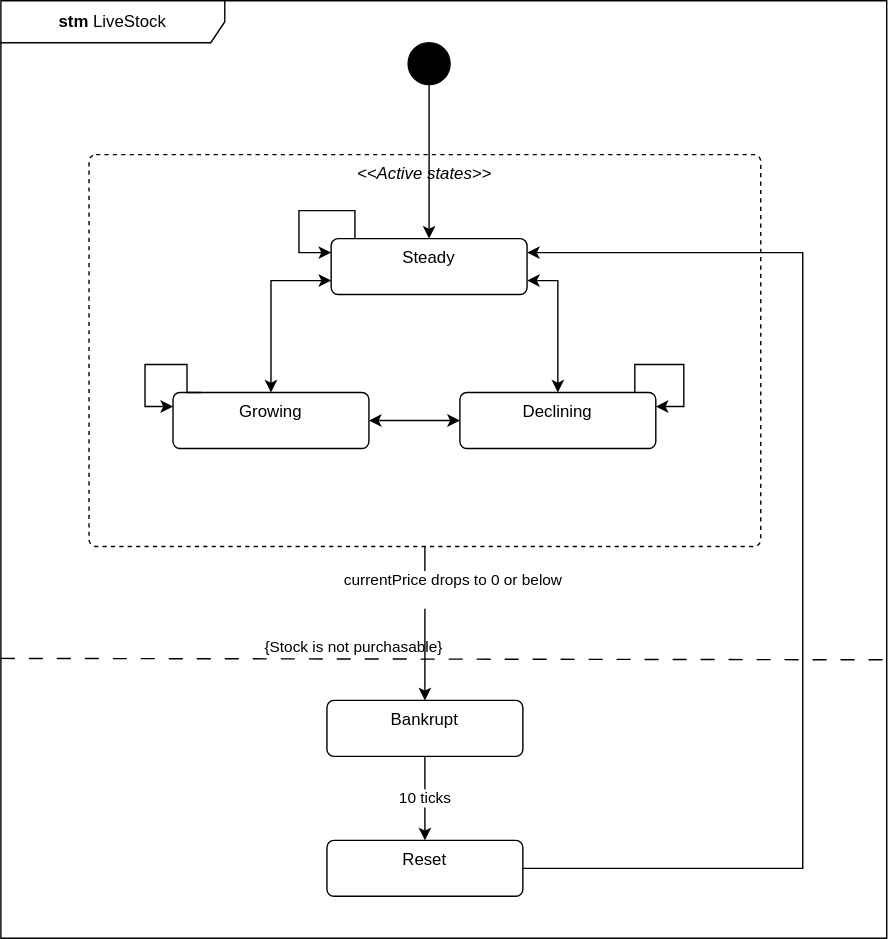
Above: documentation/assignment4/stm_LiveStock.drawio.svg in Xorgh/SDT1-ShortBig (draw.io), before the change. Source tidied: cells renumbered, new cells last; positions are measured from the earlier drawing's top-left corner, leaving out a move shared by most shapes. Source of this version:
```xml
<mxGraphModel>
  <root>
    <mxCell id="0" />
    <mxCell id="1" parent="0" />
    <mxCell id="2" value="&lt;b&gt;stm&lt;/b&gt;&amp;nbsp;LiveStock" style="shape=umlFrame;whiteSpace=wrap;html=1;width=160;labelBackgroundColor=none;" parent="1" vertex="1">
      <mxGeometry width="633" height="670" as="geometry" />
    </mxCell>
    <mxCell id="3" value="&lt;i&gt;&amp;lt;&amp;lt;Active states&amp;gt;&amp;gt;&lt;/i&gt;" style="html=1;align=center;verticalAlign=top;rounded=1;absoluteArcSize=1;arcSize=10;dashed=1;whiteSpace=wrap;" parent="2" vertex="1">
      <mxGeometry x="63" y="110" width="480" height="280" as="geometry" />
    </mxCell>
    <mxCell id="4" value="{Stock is not purchasable}" style="endArrow=none;startArrow=none;endFill=0;startFill=0;endSize=8;html=1;verticalAlign=bottom;dashed=1;labelBackgroundColor=none;dashPattern=10 10;rounded=0;exitX=0;exitY=0.611;exitDx=0;exitDy=0;exitPerimeter=0;align=right;" parent="2" edge="1">
      <mxGeometry relative="1" as="geometry">
        <mxPoint y="470" as="sourcePoint" />
        <mxPoint x="633" y="471" as="targetPoint" />
      </mxGeometry>
    </mxCell>
    <mxCell id="5" style="whiteSpace=wrap;strokeWidth=2;labelBackgroundColor=none;" parent="2" vertex="1">
      <mxGeometry x="408" y="170" as="geometry" />
    </mxCell>
    <mxCell id="6" style="whiteSpace=wrap;strokeWidth=2;labelBackgroundColor=none;" parent="2" vertex="1">
      <mxGeometry x="468" y="170" as="geometry" />
    </mxCell>
    <mxCell id="7" style="edgeStyle=orthogonalEdgeStyle;rounded=0;jettySize=auto;html=1;" parent="2" edge="1" source="8" target="11">
      <mxGeometry relative="1" as="geometry" />
    </mxCell>
    <mxCell id="8" style="ellipse;fillColor=strokeColor;html=1;" parent="2" vertex="1">
      <mxGeometry x="291" y="30" width="30" height="30" as="geometry" />
    </mxCell>
    <mxCell id="9" style="edgeStyle=orthogonalEdgeStyle;rounded=0;jettySize=auto;html=1;startArrow=classic;startFill=1;exitX=0;exitY=0.75;exitDx=0;exitDy=0;" parent="2" edge="1" source="11" target="14">
      <mxGeometry relative="1" as="geometry">
        <Array as="points">
          <mxPoint x="193" y="200" />
        </Array>
      </mxGeometry>
    </mxCell>
    <mxCell id="10" style="edgeStyle=orthogonalEdgeStyle;rounded=0;jettySize=auto;html=1;exitX=1;exitY=0.75;exitDx=0;exitDy=0;startArrow=classic;startFill=1;" parent="2" edge="1" source="11" target="12">
      <mxGeometry relative="1" as="geometry" />
    </mxCell>
    <mxCell id="11" value="Steady" style="html=1;align=center;verticalAlign=top;rounded=1;absoluteArcSize=1;arcSize=10;dashed=0;whiteSpace=wrap;" parent="2" vertex="1">
      <mxGeometry x="236" y="170" width="140" height="40" as="geometry" />
    </mxCell>
    <mxCell id="12" value="Declining" style="html=1;align=center;verticalAlign=top;rounded=1;absoluteArcSize=1;arcSize=10;dashed=0;whiteSpace=wrap;" parent="2" vertex="1">
      <mxGeometry x="328" y="280" width="140" height="40" as="geometry" />
    </mxCell>
    <mxCell id="13" style="edgeStyle=orthogonalEdgeStyle;rounded=0;jettySize=auto;html=1;startArrow=classic;startFill=1;" parent="2" edge="1" source="14" target="12">
      <mxGeometry relative="1" as="geometry" />
    </mxCell>
    <mxCell id="14" value="Growing" style="html=1;align=center;verticalAlign=top;rounded=1;absoluteArcSize=1;arcSize=10;dashed=0;whiteSpace=wrap;" parent="2" vertex="1">
      <mxGeometry x="123" y="280" width="140" height="40" as="geometry" />
    </mxCell>
    <mxCell id="15" value="10 ticks" style="edgeStyle=orthogonalEdgeStyle;rounded=0;jettySize=auto;html=1;" parent="2" edge="1" source="16" target="18">
      <mxGeometry relative="1" as="geometry" />
    </mxCell>
    <mxCell id="16" value="Bankrupt" style="html=1;align=center;verticalAlign=top;rounded=1;absoluteArcSize=1;arcSize=10;dashed=0;whiteSpace=wrap;" parent="2" vertex="1">
      <mxGeometry x="233" y="500" width="140" height="40" as="geometry" />
    </mxCell>
    <mxCell id="17" style="edgeStyle=orthogonalEdgeStyle;rounded=0;jettySize=auto;html=1;" parent="2" edge="1" source="18" target="11">
      <mxGeometry relative="1" as="geometry">
        <Array as="points">
          <mxPoint x="573" y="620" />
          <mxPoint x="573" y="180" />
        </Array>
      </mxGeometry>
    </mxCell>
    <mxCell id="18" value="Reset" style="html=1;align=center;verticalAlign=top;rounded=1;absoluteArcSize=1;arcSize=10;dashed=0;whiteSpace=wrap;" parent="2" vertex="1">
      <mxGeometry x="233" y="600" width="140" height="40" as="geometry" />
    </mxCell>
    <mxCell id="19" style="edgeStyle=orthogonalEdgeStyle;rounded=0;orthogonalLoop=1;jettySize=auto;html=1;entryX=0;entryY=0.25;entryDx=0;entryDy=0;" parent="2" edge="1" source="11" target="11">
      <mxGeometry relative="1" as="geometry">
        <Array as="points">
          <mxPoint x="253" y="150" />
          <mxPoint x="213" y="150" />
          <mxPoint x="213" y="180" />
        </Array>
      </mxGeometry>
    </mxCell>
    <mxCell id="20" style="edgeStyle=orthogonalEdgeStyle;rounded=0;orthogonalLoop=1;jettySize=auto;html=1;" parent="2" edge="1">
      <mxGeometry relative="1" as="geometry">
        <mxPoint x="143" y="280" as="sourcePoint" />
        <mxPoint x="123" y="290" as="targetPoint" />
        <Array as="points">
          <mxPoint x="133" y="280" />
          <mxPoint x="133" y="260" />
          <mxPoint x="103" y="260" />
          <mxPoint x="103" y="290" />
        </Array>
      </mxGeometry>
    </mxCell>
    <mxCell id="21" style="edgeStyle=orthogonalEdgeStyle;rounded=0;orthogonalLoop=1;jettySize=auto;html=1;entryX=1;entryY=0.25;entryDx=0;entryDy=0;" parent="2" edge="1" source="12" target="12">
      <mxGeometry relative="1" as="geometry">
        <Array as="points">
          <mxPoint x="453" y="260" />
          <mxPoint x="488" y="260" />
          <mxPoint x="488" y="290" />
        </Array>
      </mxGeometry>
    </mxCell>
    <mxCell id="22" value="currentPrice drops to 0 or below&lt;div&gt;&lt;br&gt;&lt;/div&gt;" style="edgeStyle=orthogonalEdgeStyle;rounded=0;jettySize=auto;html=1;exitX=0.5;exitY=1;exitDx=0;exitDy=0;entryX=0.5;entryY=0;entryDx=0;entryDy=0;" parent="2" edge="1" source="3" target="16">
      <mxGeometry x="-0.43" y="20" relative="1" as="geometry" />
    </mxCell>
  </root>
</mxGraphModel>
```
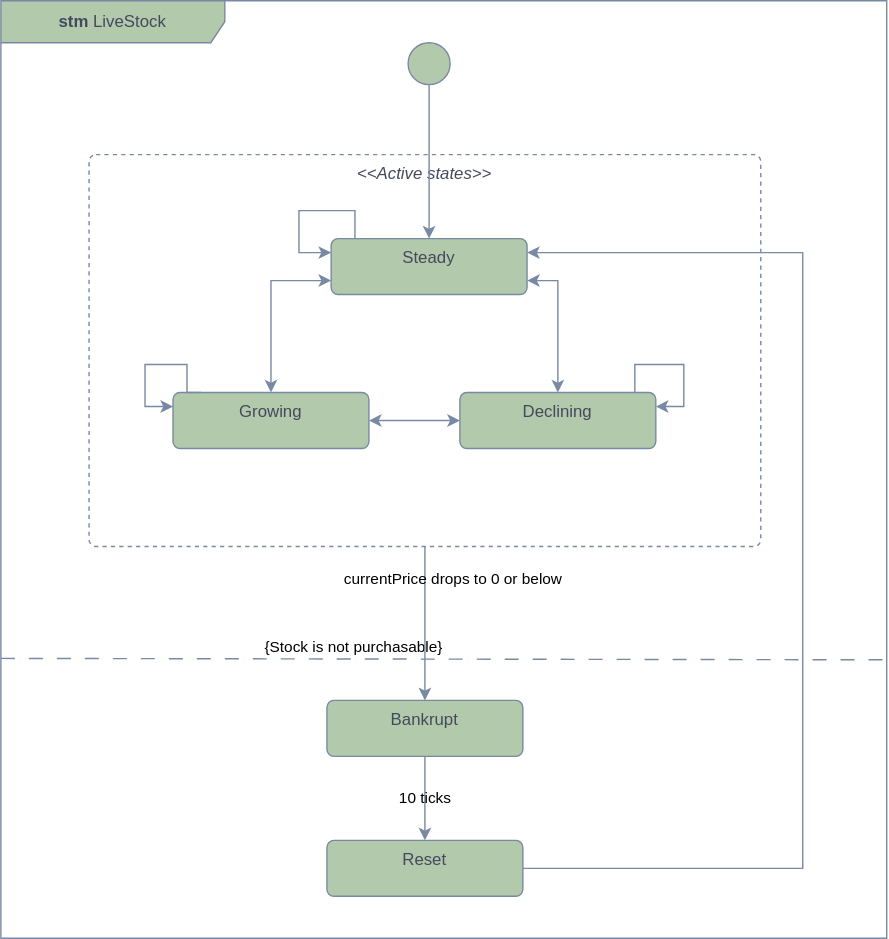
The same file after the commit.

What changed in the source:
```diff
@@ -2,59 +2,59 @@
   <root>
     <mxCell id="0" />
     <mxCell id="1" parent="0" />
-    <mxCell id="2" value="&lt;b&gt;stm&lt;/b&gt;&amp;nbsp;LiveStock" style="shape=umlFrame;whiteSpace=wrap;html=1;width=160;labelBackgroundColor=none;" parent="1" vertex="1">
+    <mxCell id="2" value="&lt;b&gt;stm&lt;/b&gt;&amp;nbsp;LiveStock" style="shape=umlFrame;whiteSpace=wrap;html=1;width=160;labelBackgroundColor=none;fillColor=#B2C9AB;strokeColor=#788AA3;fontColor=#46495D;" parent="1" vertex="1">
       <mxGeometry width="633" height="670" as="geometry" />
     </mxCell>
-    <mxCell id="3" value="&lt;i&gt;&amp;lt;&amp;lt;Active states&amp;gt;&amp;gt;&lt;/i&gt;" style="html=1;align=center;verticalAlign=top;rounded=1;absoluteArcSize=1;arcSize=10;dashed=1;whiteSpace=wrap;" parent="2" vertex="1">
+    <mxCell id="3" value="&lt;i&gt;&amp;lt;&amp;lt;Active states&amp;gt;&amp;gt;&lt;/i&gt;" style="html=1;align=center;verticalAlign=top;rounded=1;absoluteArcSize=1;arcSize=10;dashed=1;whiteSpace=wrap;fillColor=none;labelBackgroundColor=none;strokeColor=#788AA3;fontColor=#46495D;" parent="2" vertex="1">
       <mxGeometry x="63" y="110" width="480" height="280" as="geometry" />
     </mxCell>
-    <mxCell id="4" value="{Stock is not purchasable}" style="endArrow=none;startArrow=none;endFill=0;startFill=0;endSize=8;html=1;verticalAlign=bottom;dashed=1;labelBackgroundColor=none;dashPattern=10 10;rounded=0;exitX=0;exitY=0.611;exitDx=0;exitDy=0;exitPerimeter=0;align=right;" parent="2" edge="1">
+    <mxCell id="4" value="{Stock is not purchasable}" style="endArrow=none;startArrow=none;endFill=0;startFill=0;endSize=8;html=1;verticalAlign=bottom;dashed=1;labelBackgroundColor=none;dashPattern=10 10;rounded=0;exitX=0;exitY=0.611;exitDx=0;exitDy=0;exitPerimeter=0;align=right;strokeColor=#788AA3;fontColor=default;" parent="2" edge="1">
       <mxGeometry relative="1" as="geometry">
         <mxPoint y="470" as="sourcePoint" />
         <mxPoint x="633" y="471" as="targetPoint" />
       </mxGeometry>
     </mxCell>
-    <mxCell id="5" style="whiteSpace=wrap;strokeWidth=2;labelBackgroundColor=none;" parent="2" vertex="1">
+    <mxCell id="5" style="whiteSpace=wrap;strokeWidth=2;labelBackgroundColor=none;fillColor=#B2C9AB;strokeColor=#788AA3;fontColor=#46495D;" parent="2" vertex="1">
       <mxGeometry x="408" y="170" as="geometry" />
     </mxCell>
-    <mxCell id="6" style="whiteSpace=wrap;strokeWidth=2;labelBackgroundColor=none;" parent="2" vertex="1">
+    <mxCell id="6" style="whiteSpace=wrap;strokeWidth=2;labelBackgroundColor=none;fillColor=#B2C9AB;strokeColor=#788AA3;fontColor=#46495D;" parent="2" vertex="1">
       <mxGeometry x="468" y="170" as="geometry" />
     </mxCell>
-    <mxCell id="7" style="edgeStyle=orthogonalEdgeStyle;rounded=0;jettySize=auto;html=1;" parent="2" edge="1" source="8" target="11">
+    <mxCell id="7" style="edgeStyle=orthogonalEdgeStyle;rounded=0;jettySize=auto;html=1;labelBackgroundColor=none;strokeColor=#788AA3;fontColor=default;" parent="2" edge="1" source="8" target="11">
       <mxGeometry relative="1" as="geometry" />
     </mxCell>
-    <mxCell id="8" style="ellipse;fillColor=strokeColor;html=1;" parent="2" vertex="1">
+    <mxCell id="8" style="ellipse;fillColor=#B2C9AB;html=1;labelBackgroundColor=none;strokeColor=#788AA3;fontColor=#46495D;" parent="2" vertex="1">
       <mxGeometry x="291" y="30" width="30" height="30" as="geometry" />
     </mxCell>
-    <mxCell id="9" style="edgeStyle=orthogonalEdgeStyle;rounded=0;jettySize=auto;html=1;startArrow=classic;startFill=1;exitX=0;exitY=0.75;exitDx=0;exitDy=0;" parent="2" edge="1" source="11" target="14">
+    <mxCell id="9" style="edgeStyle=orthogonalEdgeStyle;rounded=0;jettySize=auto;html=1;startArrow=classic;startFill=1;exitX=0;exitY=0.75;exitDx=0;exitDy=0;labelBackgroundColor=none;strokeColor=#788AA3;fontColor=default;" parent="2" edge="1" source="11" target="14">
       <mxGeometry relative="1" as="geometry">
         <Array as="points">
           <mxPoint x="193" y="200" />
         </Array>
       </mxGeometry>
     </mxCell>
-    <mxCell id="10" style="edgeStyle=orthogonalEdgeStyle;rounded=0;jettySize=auto;html=1;exitX=1;exitY=0.75;exitDx=0;exitDy=0;startArrow=classic;startFill=1;" parent="2" edge="1" source="11" target="12">
+    <mxCell id="10" style="edgeStyle=orthogonalEdgeStyle;rounded=0;jettySize=auto;html=1;exitX=1;exitY=0.75;exitDx=0;exitDy=0;startArrow=classic;startFill=1;labelBackgroundColor=none;strokeColor=#788AA3;fontColor=default;" parent="2" edge="1" source="11" target="12">
       <mxGeometry relative="1" as="geometry" />
     </mxCell>
-    <mxCell id="11" value="Steady" style="html=1;align=center;verticalAlign=top;rounded=1;absoluteArcSize=1;arcSize=10;dashed=0;whiteSpace=wrap;" parent="2" vertex="1">
+    <mxCell id="11" value="Steady" style="html=1;align=center;verticalAlign=top;rounded=1;absoluteArcSize=1;arcSize=10;dashed=0;whiteSpace=wrap;labelBackgroundColor=none;fillColor=#B2C9AB;strokeColor=#788AA3;fontColor=#46495D;" parent="2" vertex="1">
       <mxGeometry x="236" y="170" width="140" height="40" as="geometry" />
     </mxCell>
-    <mxCell id="12" value="Declining" style="html=1;align=center;verticalAlign=top;rounded=1;absoluteArcSize=1;arcSize=10;dashed=0;whiteSpace=wrap;" parent="2" vertex="1">
+    <mxCell id="12" value="Declining" style="html=1;align=center;verticalAlign=top;rounded=1;absoluteArcSize=1;arcSize=10;dashed=0;whiteSpace=wrap;labelBackgroundColor=none;fillColor=#B2C9AB;strokeColor=#788AA3;fontColor=#46495D;" parent="2" vertex="1">
       <mxGeometry x="328" y="280" width="140" height="40" as="geometry" />
     </mxCell>
-    <mxCell id="13" style="edgeStyle=orthogonalEdgeStyle;rounded=0;jettySize=auto;html=1;startArrow=classic;startFill=1;" parent="2" edge="1" source="14" target="12">
+    <mxCell id="13" style="edgeStyle=orthogonalEdgeStyle;rounded=0;jettySize=auto;html=1;startArrow=classic;startFill=1;labelBackgroundColor=none;strokeColor=#788AA3;fontColor=default;" parent="2" edge="1" source="14" target="12">
       <mxGeometry relative="1" as="geometry" />
     </mxCell>
-    <mxCell id="14" value="Growing" style="html=1;align=center;verticalAlign=top;rounded=1;absoluteArcSize=1;arcSize=10;dashed=0;whiteSpace=wrap;" parent="2" vertex="1">
+    <mxCell id="14" value="Growing" style="html=1;align=center;verticalAlign=top;rounded=1;absoluteArcSize=1;arcSize=10;dashed=0;whiteSpace=wrap;labelBackgroundColor=none;fillColor=#B2C9AB;strokeColor=#788AA3;fontColor=#46495D;" parent="2" vertex="1">
       <mxGeometry x="123" y="280" width="140" height="40" as="geometry" />
     </mxCell>
-    <mxCell id="15" value="10 ticks" style="edgeStyle=orthogonalEdgeStyle;rounded=0;jettySize=auto;html=1;" parent="2" edge="1" source="16" target="18">
+    <mxCell id="15" value="10 ticks" style="edgeStyle=orthogonalEdgeStyle;rounded=0;jettySize=auto;html=1;labelBackgroundColor=none;strokeColor=#788AA3;fontColor=default;" parent="2" edge="1" source="16" target="18">
       <mxGeometry relative="1" as="geometry" />
     </mxCell>
-    <mxCell id="16" value="Bankrupt" style="html=1;align=center;verticalAlign=top;rounded=1;absoluteArcSize=1;arcSize=10;dashed=0;whiteSpace=wrap;" parent="2" vertex="1">
+    <mxCell id="16" value="Bankrupt" style="html=1;align=center;verticalAlign=top;rounded=1;absoluteArcSize=1;arcSize=10;dashed=0;whiteSpace=wrap;labelBackgroundColor=none;fillColor=#B2C9AB;strokeColor=#788AA3;fontColor=#46495D;" parent="2" vertex="1">
       <mxGeometry x="233" y="500" width="140" height="40" as="geometry" />
     </mxCell>
-    <mxCell id="17" style="edgeStyle=orthogonalEdgeStyle;rounded=0;jettySize=auto;html=1;" parent="2" edge="1" source="18" target="11">
+    <mxCell id="17" style="edgeStyle=orthogonalEdgeStyle;rounded=0;jettySize=auto;html=1;labelBackgroundColor=none;strokeColor=#788AA3;fontColor=default;" parent="2" edge="1" source="18" target="11">
       <mxGeometry relative="1" as="geometry">
         <Array as="points">
           <mxPoint x="573" y="620" />
@@ -62,10 +62,10 @@
         </Array>
       </mxGeometry>
     </mxCell>
-    <mxCell id="18" value="Reset" style="html=1;align=center;verticalAlign=top;rounded=1;absoluteArcSize=1;arcSize=10;dashed=0;whiteSpace=wrap;" parent="2" vertex="1">
+    <mxCell id="18" value="Reset" style="html=1;align=center;verticalAlign=top;rounded=1;absoluteArcSize=1;arcSize=10;dashed=0;whiteSpace=wrap;labelBackgroundColor=none;fillColor=#B2C9AB;strokeColor=#788AA3;fontColor=#46495D;" parent="2" vertex="1">
       <mxGeometry x="233" y="600" width="140" height="40" as="geometry" />
     </mxCell>
-    <mxCell id="19" style="edgeStyle=orthogonalEdgeStyle;rounded=0;orthogonalLoop=1;jettySize=auto;html=1;entryX=0;entryY=0.25;entryDx=0;entryDy=0;" parent="2" edge="1" source="11" target="11">
+    <mxCell id="19" style="edgeStyle=orthogonalEdgeStyle;rounded=0;orthogonalLoop=1;jettySize=auto;html=1;entryX=0;entryY=0.25;entryDx=0;entryDy=0;labelBackgroundColor=none;strokeColor=#788AA3;fontColor=default;" parent="2" edge="1" source="11" target="11">
       <mxGeometry relative="1" as="geometry">
         <Array as="points">
           <mxPoint x="253" y="150" />
@@ -74,7 +74,7 @@
         </Array>
       </mxGeometry>
     </mxCell>
-    <mxCell id="20" style="edgeStyle=orthogonalEdgeStyle;rounded=0;orthogonalLoop=1;jettySize=auto;html=1;" parent="2" edge="1">
+    <mxCell id="20" style="edgeStyle=orthogonalEdgeStyle;rounded=0;orthogonalLoop=1;jettySize=auto;html=1;labelBackgroundColor=none;strokeColor=#788AA3;fontColor=default;" parent="2" edge="1">
       <mxGeometry relative="1" as="geometry">
         <mxPoint x="143" y="280" as="sourcePoint" />
         <mxPoint x="123" y="290" as="targetPoint" />
@@ -86,7 +86,7 @@
         </Array>
       </mxGeometry>
     </mxCell>
-    <mxCell id="21" style="edgeStyle=orthogonalEdgeStyle;rounded=0;orthogonalLoop=1;jettySize=auto;html=1;entryX=1;entryY=0.25;entryDx=0;entryDy=0;" parent="2" edge="1" source="12" target="12">
+    <mxCell id="21" style="edgeStyle=orthogonalEdgeStyle;rounded=0;orthogonalLoop=1;jettySize=auto;html=1;entryX=1;entryY=0.25;entryDx=0;entryDy=0;labelBackgroundColor=none;strokeColor=#788AA3;fontColor=default;" parent="2" edge="1" source="12" target="12">
       <mxGeometry relative="1" as="geometry">
         <Array as="points">
           <mxPoint x="453" y="260" />
@@ -95,8 +95,8 @@
         </Array>
       </mxGeometry>
     </mxCell>
-    <mxCell id="22" value="currentPrice drops to 0 or below&lt;div&gt;&lt;br&gt;&lt;/div&gt;" style="edgeStyle=orthogonalEdgeStyle;rounded=0;jettySize=auto;html=1;exitX=0.5;exitY=1;exitDx=0;exitDy=0;entryX=0.5;entryY=0;entryDx=0;entryDy=0;" parent="2" edge="1" source="3" target="16">
-      <mxGeometry x="-0.43" y="20" relative="1" as="geometry" />
+    <mxCell id="22" value="currentPrice drops to 0 or below&lt;div&gt;&lt;br&gt;&lt;/div&gt;" style="edgeStyle=orthogonalEdgeStyle;rounded=0;jettySize=auto;html=1;exitX=0.5;exitY=1;exitDx=0;exitDy=0;entryX=0.5;entryY=0;entryDx=0;entryDy=0;labelBackgroundColor=none;strokeColor=#788AA3;fontColor=default;" parent="2" edge="1" source="3" target="16">
+      <mxGeometry x="-0.45" y="20" relative="1" as="geometry" />
     </mxCell>
   </root>
 </mxGraphModel>
```
